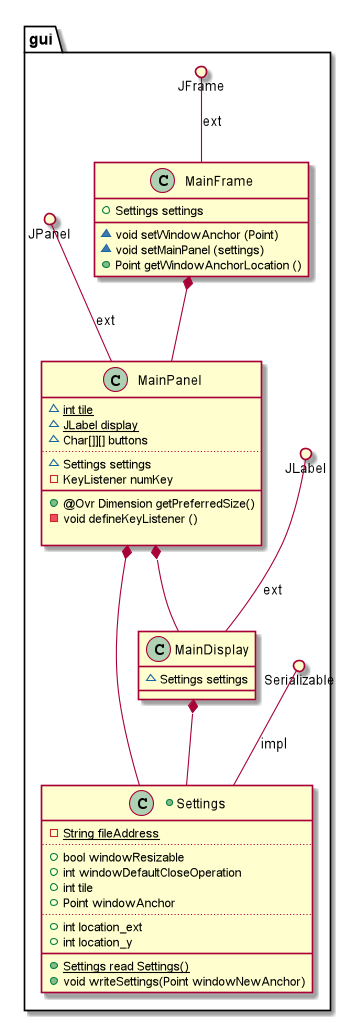
vitalispopoff/calculator keeps this PlantUML diagram as src/main/resources/static/package_gui_strcucture.png. Above is the earlier version.
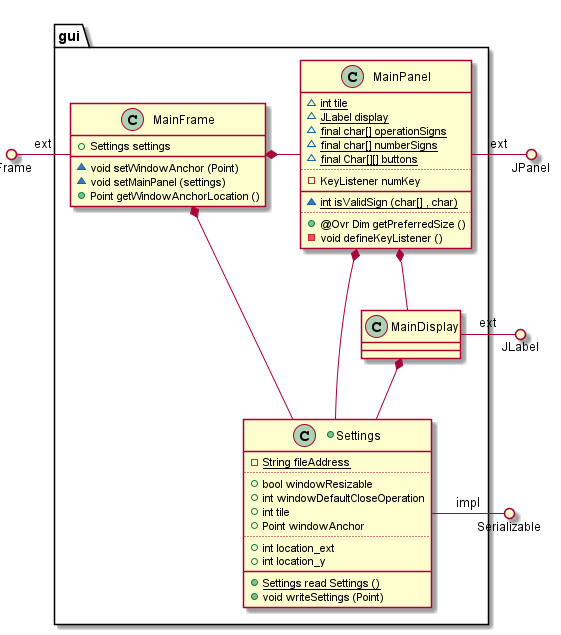
The same diagram one commit later.

Change to the diagram source:
```diff
@@ -1,61 +1,57 @@
 @startuml
 
+package gui{
 
+    class MainFrame{
+            + {field} Settings settings
+        __
+            ~ {method} void setWindowAnchor (Point)
+            ~ {method} void setMainPanel (settings)
+            + {method} Point getWindowAnchorLocation ()
+    }
 
+    class MainDisplay{
+    }
 
+    class MainPanel{
+            ~ {field} {static} int tile
+            ~ {field} {static} JLabel display
+            ~ {field} {static} final char[] operationSigns
+            ~ {field} {static} final char[] numberSigns
+            ~ {field} {static} final Char[][] buttons
+        ..
+            - {field}KeyListener numKey
+        __
+            ~ {method} {static} int isValidSign (char[] , char)
+        ..
+            + {method} @Ovr Dim getPreferredSize ()
+            - {method} void defineKeyListener ()
+    }
 
-package gui{
-class MainFrame{
-+{field}Settings settings
-__
-~{method} void setWindowAnchor (Point)
-~{method} void setMainPanel (settings)
-+{method} Point getWindowAnchorLocation ()
+    +class Settings{
+            - {field} {static} String fileAddress
+        ..
+            + {field} bool windowResizable
+            + {field} int windowDefaultCloseOperation
+            + {field} int tile
+            + {field} Point windowAnchor
+        ..
+            + {field} int location_ext
+            + {field} int location_y
+        __
+            + {method} {static} Settings read Settings ()
+            + {method} void writeSettings (Point)
+    }
 }
 
-class MainDisplay{
-~{field}Settings settings
-}
-
-class MainPanel{
-~{field} {static} int tile
-~{field} {static} JLabel display
-~{field} Char[]][] buttons
-..
-~{field}Settings settings
--{field}KeyListener numKey
-__
-+{method} @Ovr Dimension getPreferredSize()
--{method} void defineKeyListener ()
-
-}
-
-+class Settings{
--{field}{static} String fileAddress
-..
-+{field} bool windowResizable
-+{field}int windowDefaultCloseOperation
-+{field}int tile
-+{field}Point windowAnchor
-..
-+{field}int location_ext
-+{field}int location_y
-__
-+{method}{static}Settings read Settings()
-+{method}void writeSettings(Point windowNewAnchor)
-}
-
-Serializable ()-- Settings : impl
-JFrame ()-- MainFrame : ext
-JLabel ()-- MainDisplay : ext
-JPanel ()-- MainPanel : ext
-MainFrame *-- MainPanel
-MainPanel *-- MainDisplay
-MainPanel *-- Settings
-MainDisplay *-- Settings
-
-
-
-
+    JFrame          ()-     MainFrame       : ext
+    JLabel          ()-     MainDisplay     : ext
+    JPanel          ()-     MainPanel       : ext
+    Serializable    ()-     Settings        : impl
+    MainFrame       *-      MainPanel
+    MainFrame       *--     Settings
+    MainPanel       *--     MainDisplay
+    MainPanel       *-      Settings
+    MainDisplay     *--     Settings
 
 @enduml
```
